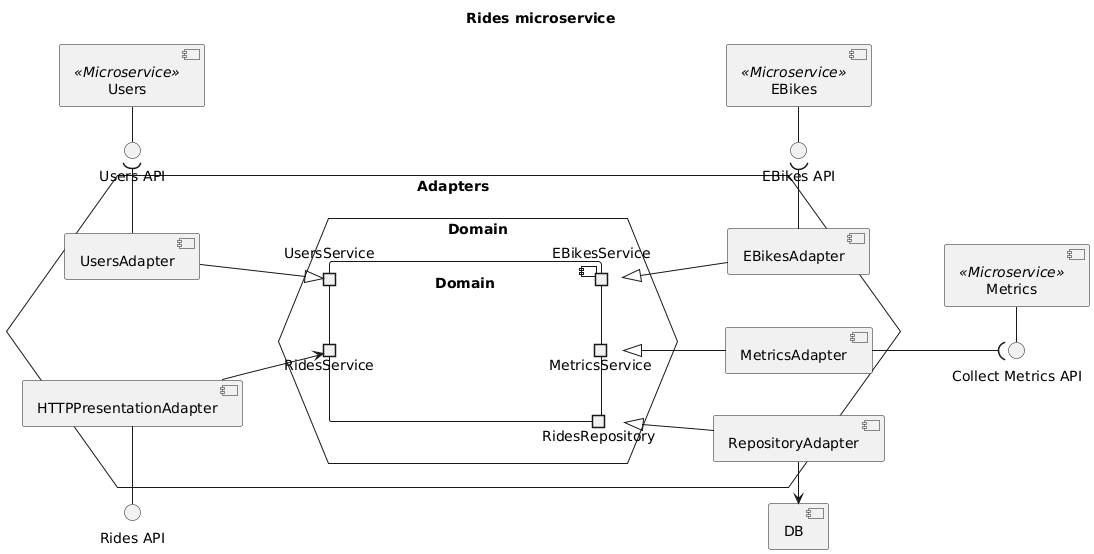
Earlier version of the PlantUML export doc/diagrams/rides-components.png (Ventus218/SAP-assignment-03). Its diagram source:
```plantuml
@startuml rides-components

title "Rides microservice"

left to right direction

component "DB"
interface "Rides API" as RidesAPI
interface "EBikes API" as EBikesAPI
interface "Users API" as UsersAPI
interface "Collect Metrics API" as CollectMetricsAPI

hexagon Adapters {
    hexagon Domain as DomainHex {
        component Domain {
            portin UsersService
            portin RidesService
            portout "RidesRepository" as Repo
            portout MetricsService
            portout EBikesService
        }
    }

    component "RepositoryAdapter" as RepoAdapter
    RepoAdapter -l-> DB
    RepoAdapter -u-|> Repo

    component MetricsAdapter
    MetricsAdapter -u-|> MetricsService
    MetricsAdapter --( CollectMetricsAPI

    component EBikesAdapter
    EBikesAdapter -r-( EBikesAPI
    EBikesAdapter -u-|> EBikesService

    component "HTTPPresentationAdapter" as HTTPAdapter
    HTTPAdapter -l-() RidesAPI
    HTTPAdapter -d-> RidesService

    component UsersAdapter
    UsersAdapter -r-( UsersAPI
    UsersAdapter -d-|> UsersService
}

component "EBikes" as EBikes <<Microservice>>
EBikes -r-() EBikesAPI

component "Users" as Users <<Microservice>>
Users -r-() UsersAPI

component "Metrics" as Metrics <<Microservice>>
Metrics -r-() CollectMetricsAPI

@enduml
```
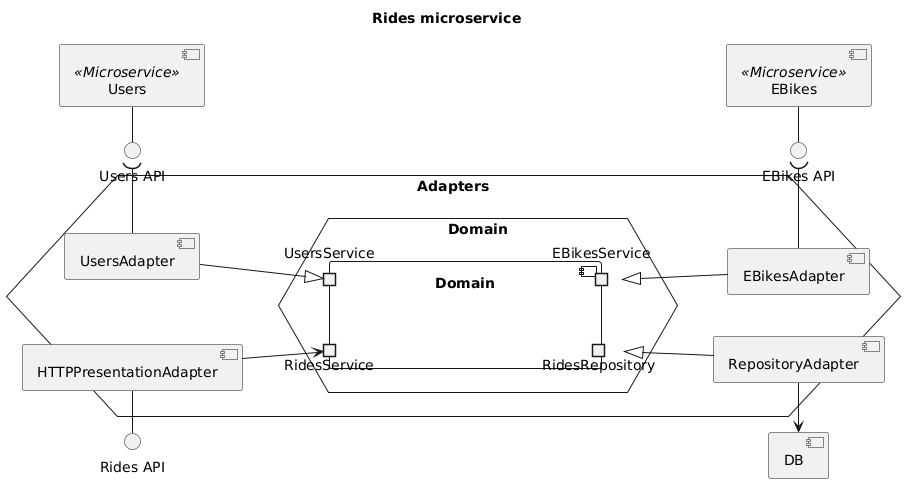
After the change.

The edit, as a diff of the source:
```diff
@@ -8,7 +8,6 @@
 interface "Rides API" as RidesAPI
 interface "EBikes API" as EBikesAPI
 interface "Users API" as UsersAPI
-interface "Collect Metrics API" as CollectMetricsAPI
 
 hexagon Adapters {
     hexagon Domain as DomainHex {
@@ -16,7 +15,6 @@
             portin UsersService
             portin RidesService
             portout "RidesRepository" as Repo
-            portout MetricsService
             portout EBikesService
         }
     }
@@ -24,10 +22,6 @@
     component "RepositoryAdapter" as RepoAdapter
     RepoAdapter -l-> DB
     RepoAdapter -u-|> Repo
-
-    component MetricsAdapter
-    MetricsAdapter -u-|> MetricsService
-    MetricsAdapter --( CollectMetricsAPI
 
     component EBikesAdapter
     EBikesAdapter -r-( EBikesAPI
@@ -48,7 +42,4 @@
 component "Users" as Users <<Microservice>>
 Users -r-() UsersAPI
 
-component "Metrics" as Metrics <<Microservice>>
-Metrics -r-() CollectMetricsAPI
-
 @enduml
```
